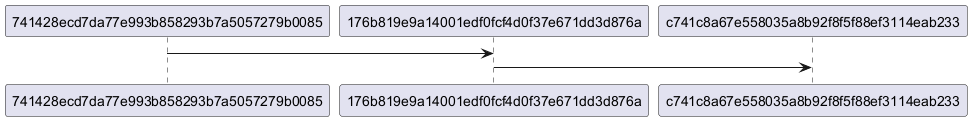
Before: output.png, a diagram exported from PlantUML (whiteicesky/commit-parser). Source of this version:
```plantuml
@startuml
"741428ecd7da77e993b858293b7a5057279b0085" -> "176b819e9a14001edf0fcf4d0f37e671dd3d876a"
"176b819e9a14001edf0fcf4d0f37e671dd3d876a" -> "c741c8a67e558035a8b92f8f5f88ef3114eab233"
@enduml
```
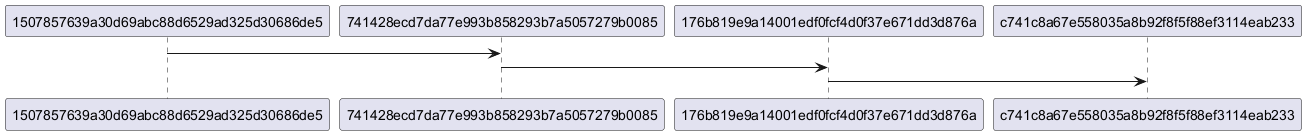
Later version of the same file.

The edit, as a diff of the source:
```diff
@@ -1,4 +1,5 @@
 @startuml
+"1507857639a30d69abc88d6529ad325d30686de5" -> "741428ecd7da77e993b858293b7a5057279b0085"
 "741428ecd7da77e993b858293b7a5057279b0085" -> "176b819e9a14001edf0fcf4d0f37e671dd3d876a"
 "176b819e9a14001edf0fcf4d0f37e671dd3d876a" -> "c741c8a67e558035a8b92f8f5f88ef3114eab233"
 @enduml
```
